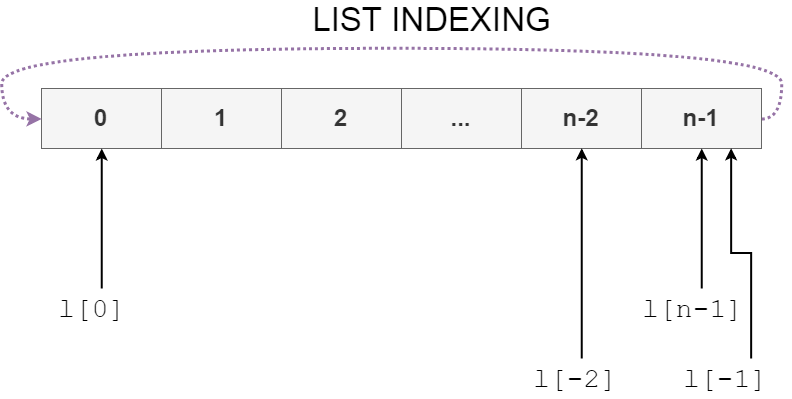
The draw.io diagram img/lists.png in stonecharioteer/python_training, before a commit. Source tidied: cells renumbered, new cells last; positions are measured from the earlier drawing's top-left corner, leaving out a move shared by most shapes.
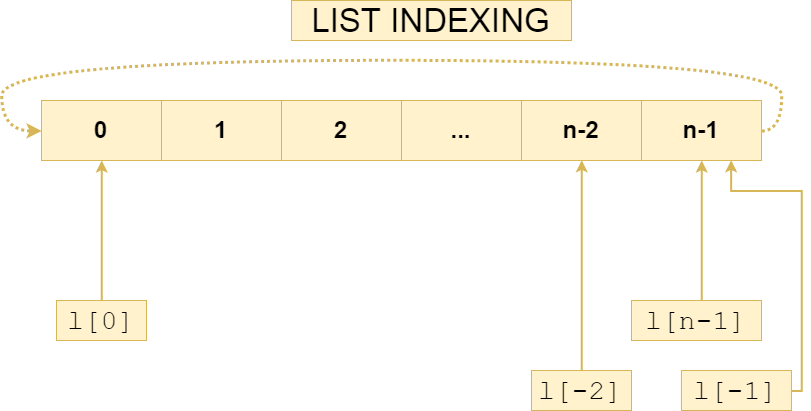
The same file after the commit.

Commit message:
Added transparency and color.

Change to the diagram source:
```diff
@@ -2,22 +2,22 @@
   <root>
     <mxCell id="0" />
     <mxCell id="1" parent="0" />
-    <mxCell id="2" value="&lt;font style=&quot;font-size: 24px;&quot;&gt;0&lt;/font&gt;" style="rounded=0;whiteSpace=wrap;html=1;fillColor=#f5f5f5;strokeColor=#666666;fontColor=#333333;fontSize=24;fontStyle=1;" parent="1" vertex="1">
+    <mxCell id="2" value="&lt;font style=&quot;font-size: 24px;&quot;&gt;0&lt;/font&gt;" style="rounded=0;whiteSpace=wrap;html=1;fillColor=#fff2cc;strokeColor=#d6b656;fontSize=24;fontStyle=1;" parent="1" vertex="1">
       <mxGeometry x="40" y="80" width="120" height="60" as="geometry" />
     </mxCell>
-    <mxCell id="3" value="&lt;font style=&quot;font-size: 24px;&quot;&gt;1&lt;/font&gt;" style="rounded=0;whiteSpace=wrap;html=1;fillColor=#f5f5f5;strokeColor=#666666;fontColor=#333333;fontSize=24;fontStyle=1;" parent="1" vertex="1">
+    <mxCell id="3" value="&lt;font style=&quot;font-size: 24px;&quot;&gt;1&lt;/font&gt;" style="rounded=0;whiteSpace=wrap;html=1;fillColor=#fff2cc;strokeColor=#d6b656;fontSize=24;fontStyle=1;" parent="1" vertex="1">
       <mxGeometry x="160" y="80" width="120" height="60" as="geometry" />
     </mxCell>
-    <mxCell id="4" value="2" style="rounded=0;whiteSpace=wrap;html=1;fillColor=#f5f5f5;strokeColor=#666666;fontColor=#333333;fontSize=24;fontStyle=1;" parent="1" vertex="1">
+    <mxCell id="4" value="2" style="rounded=0;whiteSpace=wrap;html=1;fillColor=#fff2cc;strokeColor=#d6b656;fontSize=24;fontStyle=1;" parent="1" vertex="1">
       <mxGeometry x="280" y="80" width="120" height="60" as="geometry" />
     </mxCell>
-    <mxCell id="5" value="..." style="rounded=0;whiteSpace=wrap;html=1;fillColor=#f5f5f5;strokeColor=#666666;fontColor=#333333;fontSize=24;fontStyle=1;" parent="1" vertex="1">
+    <mxCell id="5" value="..." style="rounded=0;whiteSpace=wrap;html=1;fillColor=#fff2cc;strokeColor=#d6b656;fontSize=24;fontStyle=1;" parent="1" vertex="1">
       <mxGeometry x="400" y="80" width="120" height="60" as="geometry" />
     </mxCell>
-    <mxCell id="6" value="n-2" style="rounded=0;whiteSpace=wrap;html=1;fillColor=#f5f5f5;strokeColor=#666666;fontColor=#333333;fontSize=24;fontStyle=1;" parent="1" vertex="1">
+    <mxCell id="6" value="n-2" style="rounded=0;whiteSpace=wrap;html=1;fillColor=#fff2cc;strokeColor=#d6b656;fontSize=24;fontStyle=1;" parent="1" vertex="1">
       <mxGeometry x="520" y="80" width="120" height="60" as="geometry" />
     </mxCell>
-    <mxCell id="7" style="edgeStyle=orthogonalEdgeStyle;rounded=0;jettySize=auto;html=1;entryX=0;entryY=0.5;entryDx=0;entryDy=0;startArrow=none;startFill=0;endArrow=classic;endFill=1;strokeWidth=3;fontSize=28;curved=1;exitX=1;exitY=0.5;exitDx=0;exitDy=0;dashed=1;dashPattern=1 1;fillColor=#e1d5e7;strokeColor=#9673a6;" parent="1" edge="1" source="8" target="2">
+    <mxCell id="7" style="edgeStyle=orthogonalEdgeStyle;rounded=0;jettySize=auto;html=1;entryX=0;entryY=0.5;entryDx=0;entryDy=0;startArrow=none;startFill=0;endArrow=classic;endFill=1;strokeWidth=3;fontSize=28;curved=1;exitX=1;exitY=0.5;exitDx=0;exitDy=0;dashed=1;dashPattern=1 1;fillColor=#fff2cc;strokeColor=#d6b656;" parent="1" edge="1" source="8" target="2">
       <mxGeometry relative="1" as="geometry">
         <Array as="points">
           <mxPoint x="780" y="110" />
@@ -27,19 +27,19 @@
         </Array>
       </mxGeometry>
     </mxCell>
-    <mxCell id="8" value="n-1" style="rounded=0;whiteSpace=wrap;html=1;fillColor=#f5f5f5;strokeColor=#666666;fontColor=#333333;fontSize=24;fontStyle=1;" parent="1" vertex="1">
+    <mxCell id="8" value="n-1" style="rounded=0;whiteSpace=wrap;html=1;fillColor=#fff2cc;strokeColor=#d6b656;fontSize=24;fontStyle=1;" parent="1" vertex="1">
       <mxGeometry x="640" y="80" width="120" height="60" as="geometry" />
     </mxCell>
-    <mxCell id="9" value="LIST INDEXING&lt;br style=&quot;font-size: 33px;&quot;&gt;" style="text;html=1;strokeColor=none;fillColor=none;align=center;verticalAlign=middle;whiteSpace=wrap;rounded=0;fontSize=33;" parent="1" vertex="1">
-      <mxGeometry x="290" width="280" height="20" as="geometry" />
+    <mxCell id="9" value="LIST INDEXING&lt;br style=&quot;font-size: 33px;&quot;&gt;" style="text;html=1;strokeColor=#d6b656;fillColor=#fff2cc;align=center;verticalAlign=middle;whiteSpace=wrap;rounded=0;fontSize=33;" parent="1" vertex="1">
+      <mxGeometry x="290" y="-20" width="280" height="40" as="geometry" />
     </mxCell>
-    <mxCell id="10" style="edgeStyle=orthogonalEdgeStyle;rounded=0;jettySize=auto;html=1;startArrow=none;startFill=0;endArrow=classic;endFill=1;strokeWidth=2;fontSize=33;" parent="1" edge="1" source="11" target="2">
+    <mxCell id="10" style="edgeStyle=orthogonalEdgeStyle;rounded=0;jettySize=auto;html=1;startArrow=none;startFill=0;endArrow=classic;endFill=1;strokeWidth=2;fontSize=33;fillColor=#fff2cc;strokeColor=#d6b656;" parent="1" edge="1" source="11" target="2">
       <mxGeometry relative="1" as="geometry" />
     </mxCell>
-    <mxCell id="11" value="&lt;font face=&quot;Courier New&quot; style=&quot;font-size: 28px;&quot;&gt;l[0]&lt;/font&gt;" style="text;html=1;points=[];align=left;verticalAlign=top;spacingTop=-4;fontSize=28;" parent="1" vertex="1">
+    <mxCell id="11" value="&lt;font face=&quot;Courier New&quot; style=&quot;font-size: 28px;&quot;&gt;l[0]&lt;/font&gt;" style="text;html=1;points=[];align=center;verticalAlign=top;spacingTop=-4;fontSize=28;fillColor=#fff2cc;strokeColor=#d6b656;" parent="1" vertex="1">
       <mxGeometry x="55" y="280" width="90" height="40" as="geometry" />
     </mxCell>
-    <mxCell id="12" style="edgeStyle=orthogonalEdgeStyle;rounded=0;jettySize=auto;html=1;startArrow=none;startFill=0;endArrow=classic;endFill=1;strokeWidth=2;fontSize=33;" parent="1" edge="1" source="13" target="8">
+    <mxCell id="12" style="edgeStyle=orthogonalEdgeStyle;rounded=0;jettySize=auto;html=1;startArrow=none;startFill=0;endArrow=classic;endFill=1;strokeWidth=2;fontSize=33;fillColor=#fff2cc;strokeColor=#d6b656;" parent="1" edge="1" source="13" target="8">
       <mxGeometry relative="1" as="geometry">
         <Array as="points">
           <mxPoint x="700" y="230" />
@@ -47,24 +47,25 @@
         </Array>
       </mxGeometry>
     </mxCell>
-    <mxCell id="13" value="&lt;font face=&quot;Courier New&quot; style=&quot;font-size: 28px;&quot;&gt;l[n-1]&lt;/font&gt;" style="text;html=1;points=[];align=left;verticalAlign=top;spacingTop=-4;fontSize=28;" parent="1" vertex="1">
-      <mxGeometry x="639" y="280" width="130" height="40" as="geometry" />
+    <mxCell id="13" value="&lt;font face=&quot;Courier New&quot; style=&quot;font-size: 28px;&quot;&gt;l[n-1]&lt;/font&gt;" style="text;html=1;points=[];align=center;verticalAlign=top;spacingTop=-4;fontSize=28;fillColor=#fff2cc;strokeColor=#d6b656;" parent="1" vertex="1">
+      <mxGeometry x="630" y="280" width="130" height="40" as="geometry" />
     </mxCell>
-    <mxCell id="14" style="edgeStyle=orthogonalEdgeStyle;rounded=0;jettySize=auto;html=1;entryX=0.75;entryY=1;entryDx=0;entryDy=0;startArrow=none;startFill=0;endArrow=classic;endFill=1;strokeWidth=2;fontSize=33;" parent="1" edge="1" source="15" target="8">
+    <mxCell id="14" style="edgeStyle=orthogonalEdgeStyle;rounded=0;jettySize=auto;html=1;entryX=0.75;entryY=1;entryDx=0;entryDy=0;startArrow=none;startFill=0;endArrow=classic;endFill=1;strokeWidth=2;fontSize=33;fillColor=#fff2cc;strokeColor=#d6b656;" parent="1" edge="1" source="15" target="8">
       <mxGeometry relative="1" as="geometry">
         <Array as="points">
-          <mxPoint x="750" y="245" />
-          <mxPoint x="730" y="245" />
+          <mxPoint x="800" y="370" />
+          <mxPoint x="800" y="170" />
+          <mxPoint x="730" y="170" />
         </Array>
       </mxGeometry>
     </mxCell>
-    <mxCell id="15" value="&lt;font face=&quot;Courier New&quot; style=&quot;font-size: 28px;&quot;&gt;l[-1]&lt;/font&gt;" style="text;html=1;points=[];align=left;verticalAlign=top;spacingTop=-4;fontSize=28;" parent="1" vertex="1">
+    <mxCell id="15" value="&lt;font face=&quot;Courier New&quot; style=&quot;font-size: 28px;&quot;&gt;l[-1]&lt;/font&gt;" style="text;html=1;points=[];align=center;verticalAlign=top;spacingTop=-4;fontSize=28;fillColor=#fff2cc;strokeColor=#d6b656;" parent="1" vertex="1">
       <mxGeometry x="679.9" y="350" width="110" height="40" as="geometry" />
     </mxCell>
-    <mxCell id="16" style="edgeStyle=orthogonalEdgeStyle;rounded=0;jettySize=auto;html=1;entryX=0.5;entryY=1;entryDx=0;entryDy=0;startArrow=none;startFill=0;endArrow=classic;endFill=1;strokeWidth=2;fontSize=28;" parent="1" edge="1" source="17" target="6">
+    <mxCell id="16" style="edgeStyle=orthogonalEdgeStyle;rounded=0;jettySize=auto;html=1;entryX=0.5;entryY=1;entryDx=0;entryDy=0;startArrow=none;startFill=0;endArrow=classic;endFill=1;strokeWidth=2;fontSize=28;fillColor=#fff2cc;strokeColor=#d6b656;" parent="1" edge="1" source="17" target="6">
       <mxGeometry relative="1" as="geometry" />
     </mxCell>
-    <mxCell id="17" value="&lt;font face=&quot;Courier New&quot; style=&quot;font-size: 28px&quot;&gt;l[-2]&lt;/font&gt;" style="text;html=1;points=[];align=left;verticalAlign=top;spacingTop=-4;fontSize=28;" parent="1" vertex="1">
+    <mxCell id="17" value="&lt;font face=&quot;Courier New&quot; style=&quot;font-size: 28px&quot;&gt;l[-2]&lt;/font&gt;" style="text;html=1;points=[];align=center;verticalAlign=top;spacingTop=-4;fontSize=28;fillColor=#fff2cc;strokeColor=#d6b656;" parent="1" vertex="1">
       <mxGeometry x="530" y="350" width="100" height="40" as="geometry" />
     </mxCell>
   </root>
```
